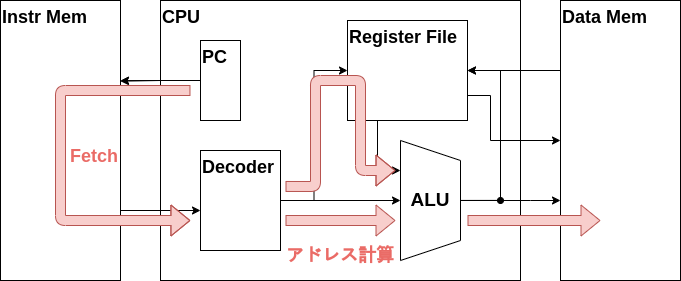
Before: images/LetsMakeCPU/path_load_readmem.png, a diagram exported from draw.io (VLSI-JP/VLSI-JP.github.io). Source tidied: cells renumbered, new cells last; positions are measured from the earlier drawing's top-left corner, leaving out a move shared by most shapes.
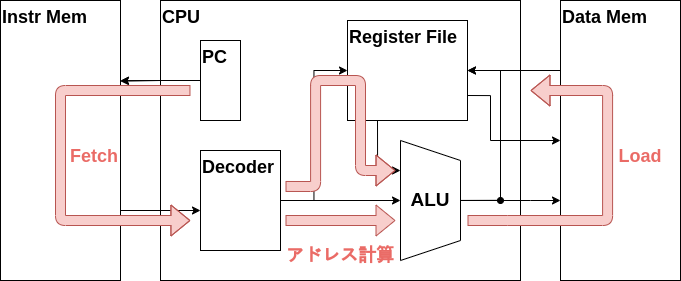
After the change.

Diff of the diagram source:
```diff
@@ -96,6 +96,17 @@
         <mxPoint x="395" y="220" as="targetPoint" />
       </mxGeometry>
     </mxCell>
+    <mxCell id="28" style="shape=flexArrow;endArrow=classic;html=1;rounded=1;edgeStyle=orthogonalEdgeStyle;fillColor=#f8cecc;strokeColor=#b85450;" parent="1" edge="1">
+      <mxGeometry relative="1" as="geometry">
+        <mxPoint x="467" y="220" as="sourcePoint" />
+        <mxPoint x="530" y="90" as="targetPoint" />
+        <Array as="points">
+          <mxPoint x="507" y="220" />
+          <mxPoint x="607" y="220" />
+          <mxPoint x="607" y="90" />
+        </Array>
+      </mxGeometry>
+    </mxCell>
     <mxCell id="24" style="shape=flexArrow;endArrow=classic;html=1;rounded=1;edgeStyle=orthogonalEdgeStyle;fillColor=#f8cecc;strokeColor=#b85450;" parent="1" edge="1">
       <mxGeometry relative="1" as="geometry">
         <mxPoint x="285" y="186" as="sourcePoint" />
@@ -111,14 +122,11 @@
     <mxCell id="25" value="Fetch" style="text;html=1;strokeColor=none;fillColor=none;align=center;verticalAlign=middle;whiteSpace=wrap;rounded=0;fontSize=18;fontStyle=1;fontColor=#EA6B66;" parent="1" vertex="1">
       <mxGeometry x="64" y="141" width="60" height="30" as="geometry" />
     </mxCell>
+    <mxCell id="29" value="Load" style="text;html=1;strokeColor=none;fillColor=none;align=center;verticalAlign=middle;whiteSpace=wrap;rounded=0;fontSize=18;fontStyle=1;fontColor=#EA6B66;" parent="1" vertex="1">
+      <mxGeometry x="610" y="141" width="60" height="30" as="geometry" />
+    </mxCell>
     <mxCell id="26" value="アドレス計算" style="text;html=1;strokeColor=none;fillColor=none;align=center;verticalAlign=middle;whiteSpace=wrap;rounded=0;fontSize=18;fontStyle=1;fontColor=#EA6B66;" parent="1" vertex="1">
       <mxGeometry x="280" y="240" width="120" height="30" as="geometry" />
     </mxCell>
-    <mxCell id="27" style="shape=flexArrow;endArrow=classic;html=1;rounded=1;fillColor=#f8cecc;strokeColor=#b85450;" parent="1" edge="1">
-      <mxGeometry relative="1" as="geometry">
-        <mxPoint x="467" y="220" as="sourcePoint" />
-        <mxPoint x="600" y="220" as="targetPoint" />
-      </mxGeometry>
-    </mxCell>
   </root>
 </mxGraphModel>
```
